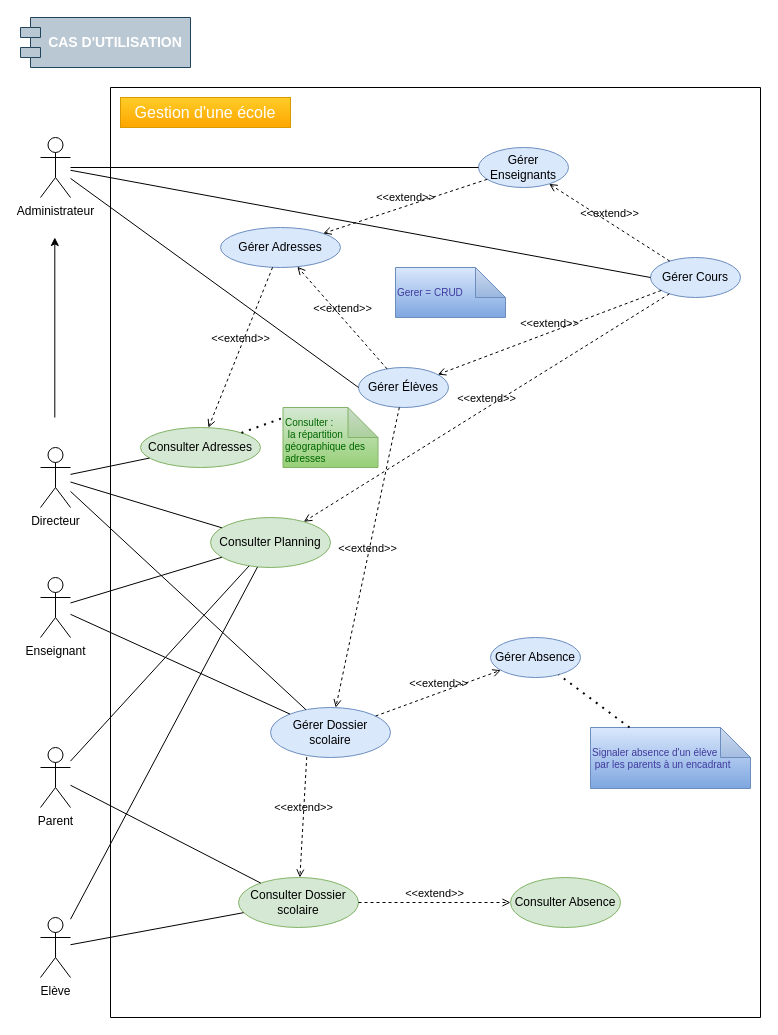
Before: doc/Cas_dUtilisation.drawio in MelissaHOA/EXO_Gestion_Ecole, a draw.io diagram. Source tidied: cells renumbered, new cells numbered last; positions are measured from the earlier drawing's top-left corner, leaving out a move shared by most shapes. Both pictures are drawn from the tidied source at 100%, with x=0, y=0 at pixel (20, 17).
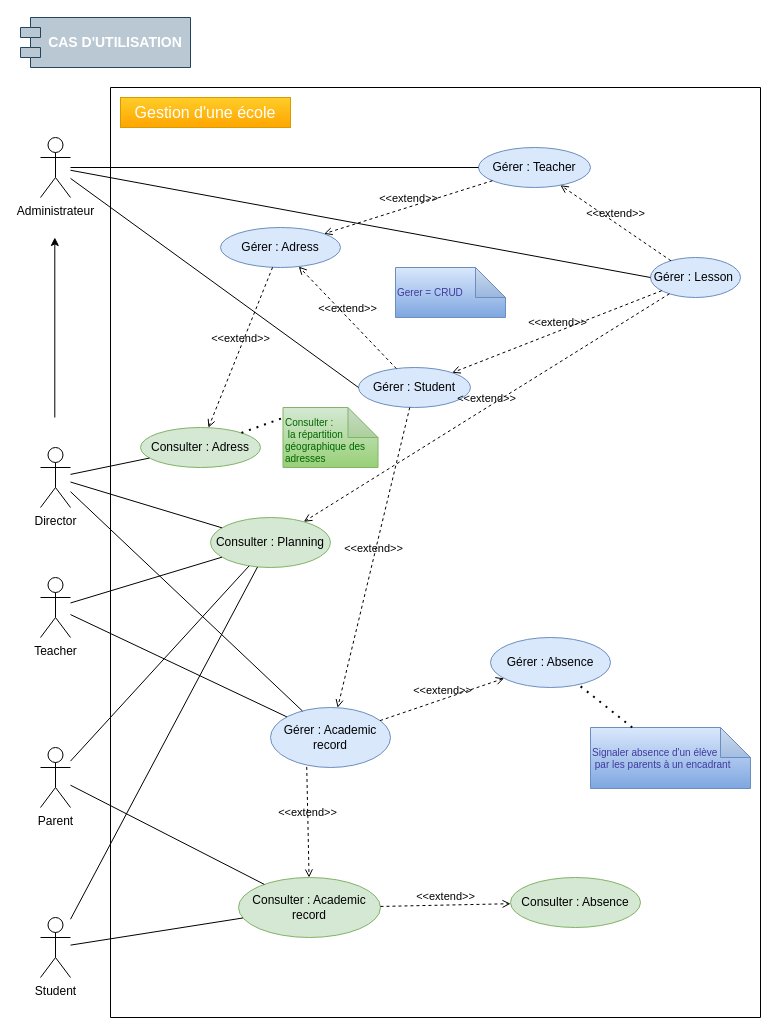
The same page after the edit.

Commit message:
Mettre à jour Cas_dUtilisation.drawio

Unchanged cells that the change refers to:
```xml
<mxCell id="4" style="swimlane;startSize=0;fontSize=13;" parent="1" vertex="1">
  <mxGeometry x="90" y="70" width="650" height="930" as="geometry" />
</mxCell>
```

The edit, as a diff of the source:
```diff
@@
-    <mxCell id="6" value="Gérer Élèves" style="ellipse;whiteSpace=wrap;html=1;fillColor=#dae8fc;strokeColor=#6c8ebf;" parent="4" vertex="1">
-      <mxGeometry x="248" y="280" width="90" height="40" as="geometry" />
+    <mxCell id="6" value="Gérer : Student" style="ellipse;whiteSpace=wrap;html=1;fillColor=#dae8fc;strokeColor=#6c8ebf;" parent="4" vertex="1">
+      <mxGeometry x="248" y="280" width="112" height="40" as="geometry" />
     </mxCell>
-    <mxCell id="7" value="Gérer Enseignants" style="ellipse;whiteSpace=wrap;html=1;fillColor=#dae8fc;strokeColor=#6c8ebf;" parent="4" vertex="1">
-      <mxGeometry x="368" y="60" width="90" height="40" as="geometry" />
+    <mxCell id="7" value="Gérer : Teacher" style="ellipse;whiteSpace=wrap;html=1;fillColor=#dae8fc;strokeColor=#6c8ebf;" parent="4" vertex="1">
+      <mxGeometry x="368" y="60" width="112" height="40" as="geometry" />
     </mxCell>
-    <mxCell id="8" value="Gérer Cours" style="ellipse;whiteSpace=wrap;html=1;fillColor=#dae8fc;strokeColor=#6c8ebf;" parent="4" vertex="1">
+    <mxCell id="8" value="Gérer : Lesson&amp;nbsp;" style="ellipse;whiteSpace=wrap;html=1;fillColor=#dae8fc;strokeColor=#6c8ebf;" parent="4" vertex="1">
       <mxGeometry x="540" y="170" width="90" height="40" as="geometry" />
     </mxCell>
-    <mxCell id="9" value="Consulter Planning" style="ellipse;whiteSpace=wrap;html=1;fillColor=#d5e8d4;strokeColor=#82b366;" parent="4" vertex="1">
+    <mxCell id="9" value="Consulter : Planning" style="ellipse;whiteSpace=wrap;html=1;fillColor=#d5e8d4;strokeColor=#82b366;" parent="4" vertex="1">
       <mxGeometry x="100" y="430" width="120" height="50" as="geometry" />
     </mxCell>
-    <mxCell id="10" value="Gérer Adresses" style="ellipse;whiteSpace=wrap;html=1;fillColor=#dae8fc;strokeColor=#6c8ebf;" parent="4" vertex="1">
+    <mxCell id="10" value="Gérer : Adress" style="ellipse;whiteSpace=wrap;html=1;fillColor=#dae8fc;strokeColor=#6c8ebf;" parent="4" vertex="1">
       <mxGeometry x="110" y="140" width="120" height="40" as="geometry" />
     </mxCell>
-    <mxCell id="11" value="Consulter Adresses" style="ellipse;whiteSpace=wrap;html=1;fillColor=#d5e8d4;strokeColor=#82b366;" parent="4" vertex="1">
+    <mxCell id="11" value="Consulter : Adress" style="ellipse;whiteSpace=wrap;html=1;fillColor=#d5e8d4;strokeColor=#82b366;" parent="4" vertex="1">
       <mxGeometry x="30" y="340" width="120" height="40" as="geometry" />
     </mxCell>
@@
-    <mxCell id="15" value="Consulter Dossier scolaire" style="ellipse;whiteSpace=wrap;html=1;fillColor=#d5e8d4;strokeColor=#82b366;" parent="4" vertex="1">
-      <mxGeometry x="128" y="790" width="120" height="50" as="geometry" />
+    <mxCell id="15" value="Consulter : Academic record" style="ellipse;whiteSpace=wrap;html=1;fillColor=#d5e8d4;strokeColor=#82b366;" parent="4" vertex="1">
+      <mxGeometry x="128" y="790" width="142" height="60" as="geometry" />
     </mxCell>
-    <mxCell id="16" value="Gérer Dossier scolaire" style="ellipse;whiteSpace=wrap;html=1;fillColor=#dae8fc;strokeColor=#6c8ebf;" parent="4" vertex="1">
-      <mxGeometry x="160" y="620" width="120" height="50" as="geometry" />
+    <mxCell id="16" value="Gérer : Academic record" style="ellipse;whiteSpace=wrap;html=1;fillColor=#dae8fc;strokeColor=#6c8ebf;" parent="4" vertex="1">
+      <mxGeometry x="160" y="620" width="120" height="60" as="geometry" />
     </mxCell>
@@
-    <mxCell id="25" value="Gérer Absence" style="ellipse;whiteSpace=wrap;html=1;fillColor=#dae8fc;strokeColor=#6c8ebf;" parent="4" vertex="1">
-      <mxGeometry x="380" y="550" width="90" height="40" as="geometry" />
+    <mxCell id="25" value="Gérer : Absence" style="ellipse;whiteSpace=wrap;html=1;fillColor=#dae8fc;strokeColor=#6c8ebf;" parent="4" vertex="1">
+      <mxGeometry x="380" y="550" width="120" height="50" as="geometry" />
     </mxCell>
-    <mxCell id="26" value="Consulter Absence" style="ellipse;whiteSpace=wrap;html=1;fillColor=#d5e8d4;strokeColor=#82b366;" parent="4" vertex="1">
-      <mxGeometry x="400" y="790" width="110" height="50" as="geometry" />
+    <mxCell id="26" value="Consulter : Absence" style="ellipse;whiteSpace=wrap;html=1;fillColor=#d5e8d4;strokeColor=#82b366;" parent="4" vertex="1">
+      <mxGeometry x="400" y="790" width="130" height="50" as="geometry" />
     </mxCell>
@@
-    <mxCell id="34" value="Elève" style="shape=umlActor;verticalLabelPosition=bottom;verticalAlign=top;html=1;" parent="1" vertex="1">
+    <mxCell id="34" value="Student" style="shape=umlActor;verticalLabelPosition=bottom;verticalAlign=top;html=1;" parent="1" vertex="1">
       <mxGeometry x="20" y="900" width="30" height="60" as="geometry" />
     </mxCell>
-    <mxCell id="35" value="Enseignant" style="shape=umlActor;verticalLabelPosition=bottom;verticalAlign=top;html=1;" parent="1" vertex="1">
+    <mxCell id="35" value="Teacher" style="shape=umlActor;verticalLabelPosition=bottom;verticalAlign=top;html=1;" parent="1" vertex="1">
       <mxGeometry x="20" y="560" width="30" height="60" as="geometry" />
     </mxCell>
@@
-    <mxCell id="39" value="Directeur" style="shape=umlActor;verticalLabelPosition=bottom;verticalAlign=top;html=1;" parent="1" vertex="1">
+    <mxCell id="39" value="Director" style="shape=umlActor;verticalLabelPosition=bottom;verticalAlign=top;html=1;" parent="1" vertex="1">
       <mxGeometry x="20" y="430" width="30" height="60" as="geometry" />
     </mxCell>
```
